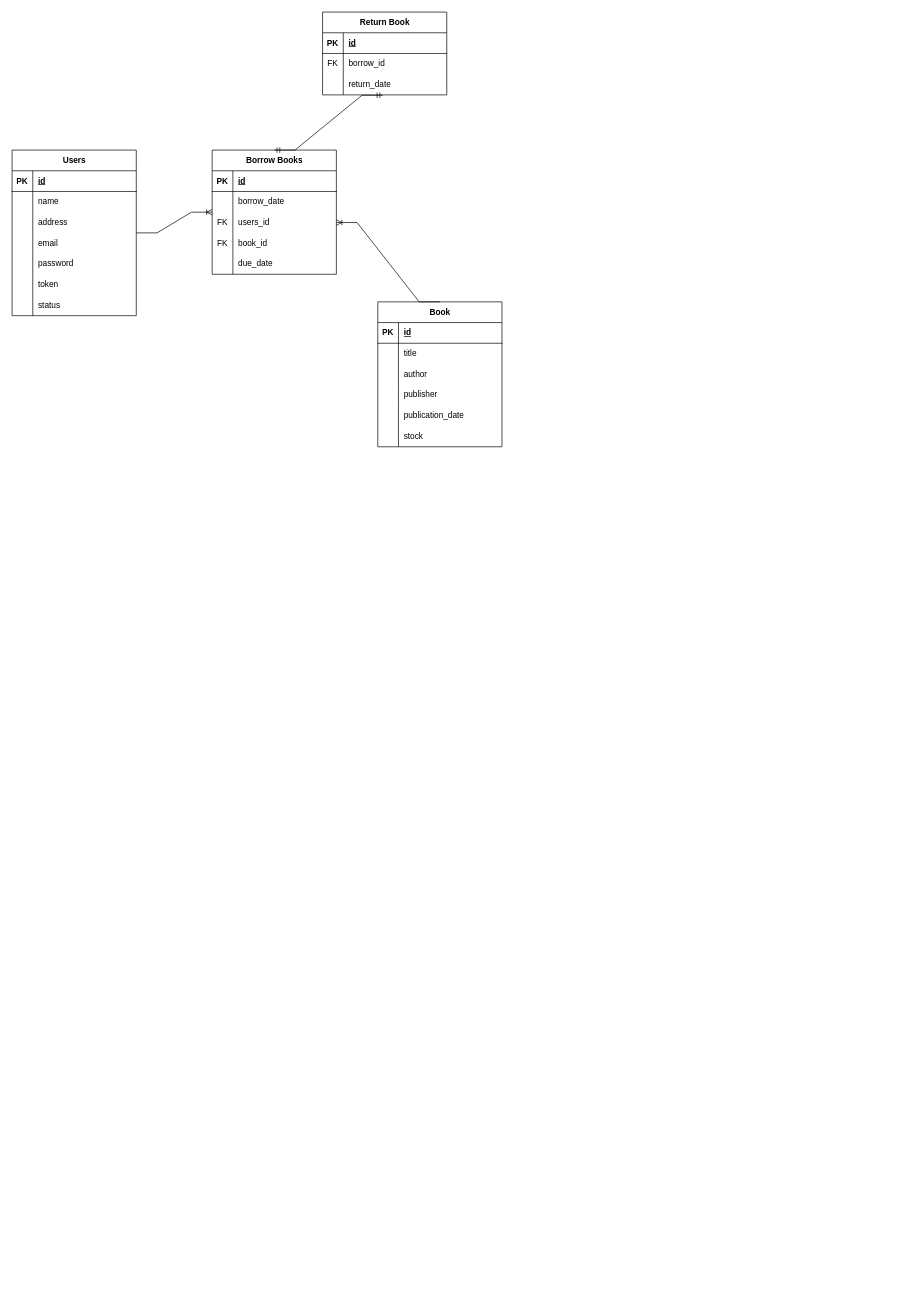
Before: Diagram Tanpa Judul.drawio in Syaal/library, a draw.io diagram. Source tidied: cells renumbered, new cells numbered last; positions are measured from the earlier drawing's top-left corner, leaving out a move shared by most shapes. Both pictures are drawn from the tidied source at 69%, with x=0, y=0 at pixel (12, 12).
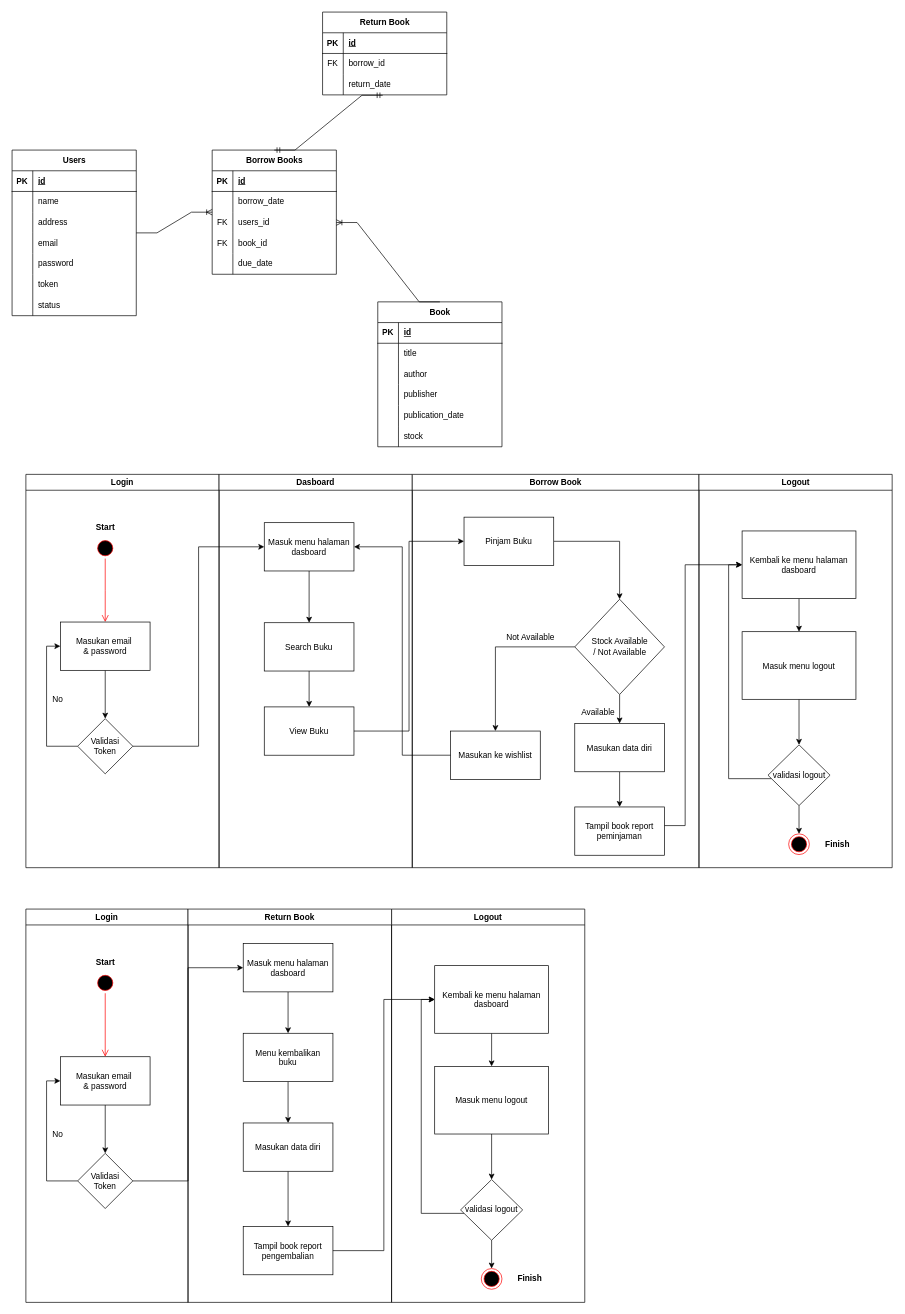
The same page after the edit.

Commit message:
check dulu

What changed in the source:
```diff
@@
+    <mxCell id="72" value="Login" style="swimlane;whiteSpace=wrap;" parent="1" vertex="1">
+      <mxGeometry x="20" y="670" width="280" height="570" as="geometry" />
+    </mxCell>
+    <mxCell id="73" style="ellipse;shape=startState;fillColor=#000000;strokeColor=#ff0000;" parent="72" vertex="1">
+      <mxGeometry x="100" y="92" width="30" height="30" as="geometry" />
+    </mxCell>
+    <mxCell id="74" style="edgeStyle=elbowEdgeStyle;elbow=horizontal;verticalAlign=bottom;endArrow=open;endSize=8;strokeColor=#FF0000;endFill=1;rounded=0;" parent="72" edge="1" source="73" target="76">
+      <mxGeometry x="100" y="40" as="geometry" />
+    </mxCell>
+    <mxCell id="75" style="edgeStyle=orthogonalEdgeStyle;rounded=0;jettySize=auto;html=1;entryX=0.5;entryY=0;entryDx=0;entryDy=0;" parent="72" edge="1" source="76" target="78">
+      <mxGeometry relative="1" as="geometry" />
+    </mxCell>
+    <mxCell id="76" value="Masukan email &#10;&amp; password" parent="72" vertex="1">
+      <mxGeometry x="50" y="214" width="130" height="70" as="geometry" />
+    </mxCell>
+    <mxCell id="77" style="edgeStyle=orthogonalEdgeStyle;rounded=0;jettySize=auto;html=1;entryX=0;entryY=0.5;entryDx=0;entryDy=0;" parent="72" edge="1" source="78" target="76">
+      <mxGeometry relative="1" as="geometry">
+        <Array as="points">
+          <mxPoint x="30" y="394" />
+          <mxPoint x="30" y="249" />
+        </Array>
+      </mxGeometry>
+    </mxCell>
+    <mxCell id="78" value="Validasi&lt;br&gt;Token" style="rhombus;whiteSpace=wrap;html=1;" parent="72" vertex="1">
+      <mxGeometry x="75" y="354" width="80" height="80" as="geometry" />
+    </mxCell>
+    <mxCell id="79" value="No" style="text;html=1;align=center;verticalAlign=middle;strokeColor=none;fillColor=none;" parent="72" vertex="1">
+      <mxGeometry x="25.5" y="312" width="40" height="30" as="geometry" />
+    </mxCell>
+    <mxCell id="80" value="Start" style="text;html=1;align=center;verticalAlign=middle;strokeColor=none;fillColor=none;fontStyle=1;" parent="72" vertex="1">
+      <mxGeometry x="90" y="62" width="50" height="30" as="geometry" />
+    </mxCell>
+    <mxCell id="81" value="Dasboard" style="swimlane;whiteSpace=wrap;" parent="1" vertex="1">
+      <mxGeometry x="300" y="670" width="280" height="570" as="geometry" />
+    </mxCell>
+    <mxCell id="82" style="edgeStyle=orthogonalEdgeStyle;rounded=0;jettySize=auto;html=1;entryX=0.5;entryY=0;entryDx=0;entryDy=0;" parent="81" edge="1" source="83" target="85">
+      <mxGeometry relative="1" as="geometry" />
+    </mxCell>
+    <mxCell id="83" value="Masuk menu halaman&#10;dasboard" parent="81" vertex="1">
+      <mxGeometry x="65.5" y="70" width="130" height="70" as="geometry" />
+    </mxCell>
+    <mxCell id="84" style="edgeStyle=orthogonalEdgeStyle;rounded=0;jettySize=auto;html=1;entryX=0.5;entryY=0;entryDx=0;entryDy=0;" parent="81" edge="1" source="85" target="86">
+      <mxGeometry relative="1" as="geometry" />
+    </mxCell>
+    <mxCell id="85" value="Search Buku" parent="81" vertex="1">
+      <mxGeometry x="65.5" y="215" width="130" height="70" as="geometry" />
+    </mxCell>
+    <mxCell id="86" value="View Buku" parent="81" vertex="1">
+      <mxGeometry x="65.5" y="337" width="130" height="70" as="geometry" />
+    </mxCell>
+    <mxCell id="87" value="Borrow Book" style="swimlane;whiteSpace=wrap;" parent="1" vertex="1">
+      <mxGeometry x="580" y="670" width="415.5" height="570" as="geometry" />
+    </mxCell>
+    <mxCell id="88" style="edgeStyle=orthogonalEdgeStyle;rounded=0;jettySize=auto;html=1;entryX=0.5;entryY=0;entryDx=0;entryDy=0;" parent="87" edge="1" source="89" target="95">
+      <mxGeometry relative="1" as="geometry" />
+    </mxCell>
+    <mxCell id="89" value="Pinjam Buku" parent="87" vertex="1">
+      <mxGeometry x="75" y="62" width="130" height="70" as="geometry" />
+    </mxCell>
+    <mxCell id="90" style="edgeStyle=orthogonalEdgeStyle;rounded=0;jettySize=auto;html=1;entryX=0.5;entryY=0;entryDx=0;entryDy=0;" parent="87" edge="1" source="91" target="92">
+      <mxGeometry relative="1" as="geometry" />
+    </mxCell>
+    <mxCell id="91" value="Masukan data diri" parent="87" vertex="1">
+      <mxGeometry x="235.5" y="361" width="130" height="70" as="geometry" />
+    </mxCell>
+    <mxCell id="92" value="Tampil book report&#10;peminjaman" parent="87" vertex="1">
+      <mxGeometry x="235.5" y="482" width="130" height="70" as="geometry" />
+    </mxCell>
+    <mxCell id="93" style="edgeStyle=orthogonalEdgeStyle;rounded=0;jettySize=auto;html=1;" parent="87" edge="1" source="95" target="91">
+      <mxGeometry relative="1" as="geometry" />
+    </mxCell>
+    <mxCell id="94" style="edgeStyle=orthogonalEdgeStyle;rounded=0;jettySize=auto;html=1;entryX=0.5;entryY=0;entryDx=0;entryDy=0;" parent="87" edge="1" source="95" target="98">
+      <mxGeometry relative="1" as="geometry" />
+    </mxCell>
+    <mxCell id="95" value="Stock Available&lt;br&gt;/ Not Available" style="rhombus;whiteSpace=wrap;html=1;" parent="87" vertex="1">
+      <mxGeometry x="235.5" y="181" width="130" height="138" as="geometry" />
+    </mxCell>
+    <mxCell id="96" value="Not Available" style="text;html=1;align=center;verticalAlign=middle;strokeColor=none;fillColor=none;" parent="87" vertex="1">
+      <mxGeometry x="125.5" y="222" width="90" height="30" as="geometry" />
+    </mxCell>
+    <mxCell id="97" value="Available" style="text;html=1;align=center;verticalAlign=middle;strokeColor=none;fillColor=none;" parent="87" vertex="1">
+      <mxGeometry x="233.5" y="330" width="70" height="30" as="geometry" />
+    </mxCell>
+    <mxCell id="98" value="Masukan ke wishlist" parent="87" vertex="1">
+      <mxGeometry x="55.5" y="372" width="130" height="70" as="geometry" />
+    </mxCell>
+    <mxCell id="99" value="Logout" style="swimlane;whiteSpace=wrap;" parent="1" vertex="1">
+      <mxGeometry x="995.5" y="670" width="280" height="570" as="geometry" />
+    </mxCell>
+    <mxCell id="100" style="ellipse;shape=endState;fillColor=#000000;strokeColor=#ff0000;" parent="99" vertex="1">
+      <mxGeometry x="130" y="521" width="30" height="30" as="geometry" />
+    </mxCell>
+    <mxCell id="101" style="edgeStyle=orthogonalEdgeStyle;rounded=0;jettySize=auto;html=1;" parent="99" edge="1" source="102" target="104">
+      <mxGeometry relative="1" as="geometry" />
+    </mxCell>
+    <mxCell id="102" value="Kembali ke menu halaman&#10;dasboard" parent="99" vertex="1">
+      <mxGeometry x="62.5" y="82" width="165" height="98" as="geometry" />
+    </mxCell>
+    <mxCell id="103" style="edgeStyle=orthogonalEdgeStyle;rounded=0;jettySize=auto;html=1;entryX=0.5;entryY=0;entryDx=0;entryDy=0;" parent="99" edge="1" source="104" target="107">
+      <mxGeometry relative="1" as="geometry" />
+    </mxCell>
+    <mxCell id="104" value="Masuk menu logout" parent="99" vertex="1">
+      <mxGeometry x="62.5" y="228" width="165" height="98" as="geometry" />
+    </mxCell>
+    <mxCell id="105" style="edgeStyle=orthogonalEdgeStyle;rounded=0;jettySize=auto;html=1;entryX=0;entryY=0.5;entryDx=0;entryDy=0;" parent="99" edge="1" source="107" target="102">
+      <mxGeometry relative="1" as="geometry">
+        <Array as="points">
+          <mxPoint x="43" y="441" />
+          <mxPoint x="43" y="131" />
+        </Array>
+      </mxGeometry>
+    </mxCell>
+    <mxCell id="106" style="edgeStyle=orthogonalEdgeStyle;rounded=0;jettySize=auto;html=1;" parent="99" edge="1" source="107" target="100">
+      <mxGeometry relative="1" as="geometry" />
+    </mxCell>
+    <mxCell id="107" value="validasi logout" style="rhombus;whiteSpace=wrap;html=1;" parent="99" vertex="1">
+      <mxGeometry x="100" y="392" width="90" height="88" as="geometry" />
+    </mxCell>
+    <mxCell id="108" value="Finish" style="text;html=1;align=center;verticalAlign=middle;strokeColor=none;fillColor=none;fontStyle=1;" parent="99" vertex="1">
+      <mxGeometry x="170" y="521" width="60" height="30" as="geometry" />
+    </mxCell>
+    <mxCell id="109" style="edgeStyle=orthogonalEdgeStyle;rounded=0;jettySize=auto;html=1;entryX=0;entryY=0.5;entryDx=0;entryDy=0;" parent="1" edge="1" source="78" target="83">
+      <mxGeometry relative="1" as="geometry" />
+    </mxCell>
+    <mxCell id="110" style="edgeStyle=orthogonalEdgeStyle;rounded=0;jettySize=auto;html=1;entryX=0;entryY=0.5;entryDx=0;entryDy=0;" parent="1" edge="1" source="86" target="89">
+      <mxGeometry relative="1" as="geometry" />
+    </mxCell>
+    <mxCell id="111" style="edgeStyle=orthogonalEdgeStyle;rounded=0;jettySize=auto;html=1;entryX=0;entryY=0.5;entryDx=0;entryDy=0;" parent="1" edge="1" source="92" target="102">
+      <mxGeometry relative="1" as="geometry">
+        <Array as="points">
+          <mxPoint x="975.5" y="1179" />
+          <mxPoint x="975.5" y="801" />
+        </Array>
+      </mxGeometry>
+    </mxCell>
+    <mxCell id="112" style="edgeStyle=orthogonalEdgeStyle;rounded=0;jettySize=auto;html=1;entryX=1;entryY=0.5;entryDx=0;entryDy=0;" parent="1" edge="1" source="98" target="83">
+      <mxGeometry relative="1" as="geometry" />
+    </mxCell>
+    <mxCell id="113" value="Login" style="swimlane;whiteSpace=wrap;" parent="1" vertex="1">
+      <mxGeometry x="20" y="1300" width="235" height="570" as="geometry" />
+    </mxCell>
+    <mxCell id="114" style="ellipse;shape=startState;fillColor=#000000;strokeColor=#ff0000;" parent="113" vertex="1">
+      <mxGeometry x="100" y="92" width="30" height="30" as="geometry" />
+    </mxCell>
+    <mxCell id="115" style="edgeStyle=elbowEdgeStyle;elbow=horizontal;verticalAlign=bottom;endArrow=open;endSize=8;strokeColor=#FF0000;endFill=1;rounded=0;" parent="113" edge="1" source="114" target="117">
+      <mxGeometry x="100" y="40" as="geometry" />
+    </mxCell>
+    <mxCell id="116" style="edgeStyle=orthogonalEdgeStyle;rounded=0;jettySize=auto;html=1;entryX=0.5;entryY=0;entryDx=0;entryDy=0;" parent="113" edge="1" source="117" target="119">
+      <mxGeometry relative="1" as="geometry" />
+    </mxCell>
+    <mxCell id="117" value="Masukan email &#10;&amp; password" parent="113" vertex="1">
+      <mxGeometry x="50" y="214" width="130" height="70" as="geometry" />
+    </mxCell>
+    <mxCell id="118" style="edgeStyle=orthogonalEdgeStyle;rounded=0;jettySize=auto;html=1;entryX=0;entryY=0.5;entryDx=0;entryDy=0;" parent="113" edge="1" source="119" target="117">
+      <mxGeometry relative="1" as="geometry">
+        <Array as="points">
+          <mxPoint x="30" y="394" />
+          <mxPoint x="30" y="249" />
+        </Array>
+      </mxGeometry>
+    </mxCell>
+    <mxCell id="119" value="Validasi&lt;br&gt;Token" style="rhombus;whiteSpace=wrap;html=1;" parent="113" vertex="1">
+      <mxGeometry x="75" y="354" width="80" height="80" as="geometry" />
+    </mxCell>
+    <mxCell id="120" value="No" style="text;html=1;align=center;verticalAlign=middle;strokeColor=none;fillColor=none;" parent="113" vertex="1">
+      <mxGeometry x="25.5" y="312" width="40" height="30" as="geometry" />
+    </mxCell>
+    <mxCell id="121" value="Start" style="text;html=1;align=center;verticalAlign=middle;strokeColor=none;fillColor=none;fontStyle=1;" parent="113" vertex="1">
+      <mxGeometry x="90" y="62" width="50" height="30" as="geometry" />
+    </mxCell>
+    <mxCell id="122" value="Logout" style="swimlane;whiteSpace=wrap;" parent="1" vertex="1">
+      <mxGeometry x="550" y="1300" width="280" height="570" as="geometry" />
+    </mxCell>
+    <mxCell id="123" style="ellipse;shape=endState;fillColor=#000000;strokeColor=#ff0000;" parent="122" vertex="1">
+      <mxGeometry x="130" y="521" width="30" height="30" as="geometry" />
+    </mxCell>
+    <mxCell id="124" style="edgeStyle=orthogonalEdgeStyle;rounded=0;jettySize=auto;html=1;" parent="122" edge="1" source="125" target="127">
+      <mxGeometry relative="1" as="geometry" />
+    </mxCell>
+    <mxCell id="125" value="Kembali ke menu halaman&#10;dasboard" parent="122" vertex="1">
+      <mxGeometry x="62.5" y="82" width="165" height="98" as="geometry" />
+    </mxCell>
+    <mxCell id="126" style="edgeStyle=orthogonalEdgeStyle;rounded=0;jettySize=auto;html=1;entryX=0.5;entryY=0;entryDx=0;entryDy=0;" parent="122" edge="1" source="127" target="130">
+      <mxGeometry relative="1" as="geometry" />
+    </mxCell>
+    <mxCell id="127" value="Masuk menu logout" parent="122" vertex="1">
+      <mxGeometry x="62.5" y="228" width="165" height="98" as="geometry" />
+    </mxCell>
+    <mxCell id="128" style="edgeStyle=orthogonalEdgeStyle;rounded=0;jettySize=auto;html=1;entryX=0;entryY=0.5;entryDx=0;entryDy=0;" parent="122" edge="1" source="130" target="125">
+      <mxGeometry relative="1" as="geometry">
+        <Array as="points">
+          <mxPoint x="43" y="441" />
+          <mxPoint x="43" y="131" />
+        </Array>
+      </mxGeometry>
+    </mxCell>
+    <mxCell id="129" style="edgeStyle=orthogonalEdgeStyle;rounded=0;jettySize=auto;html=1;" parent="122" edge="1" source="130" target="123">
+      <mxGeometry relative="1" as="geometry" />
+    </mxCell>
+    <mxCell id="130" value="validasi logout" style="rhombus;whiteSpace=wrap;html=1;" parent="122" vertex="1">
+      <mxGeometry x="100" y="392" width="90" height="88" as="geometry" />
+    </mxCell>
+    <mxCell id="131" value="Finish" style="text;html=1;align=center;verticalAlign=middle;strokeColor=none;fillColor=none;fontStyle=1;" parent="122" vertex="1">
+      <mxGeometry x="170" y="521" width="60" height="30" as="geometry" />
+    </mxCell>
+    <mxCell id="132" value="Return Book" style="swimlane;whiteSpace=wrap;" parent="1" vertex="1">
+      <mxGeometry x="255" y="1300" width="295" height="570" as="geometry" />
+    </mxCell>
+    <mxCell id="133" style="edgeStyle=orthogonalEdgeStyle;rounded=0;jettySize=auto;html=1;" parent="132" edge="1" source="134" target="136">
+      <mxGeometry relative="1" as="geometry" />
+    </mxCell>
+    <mxCell id="134" value="Menu kembalikan&#10;buku" parent="132" vertex="1">
+      <mxGeometry x="80" y="180" width="130" height="70" as="geometry" />
+    </mxCell>
+    <mxCell id="135" style="edgeStyle=orthogonalEdgeStyle;rounded=0;jettySize=auto;html=1;entryX=0.5;entryY=0;entryDx=0;entryDy=0;" parent="132" edge="1" source="136" target="137">
+      <mxGeometry relative="1" as="geometry" />
+    </mxCell>
+    <mxCell id="136" value="Masukan data diri" parent="132" vertex="1">
+      <mxGeometry x="80" y="310" width="130" height="70" as="geometry" />
+    </mxCell>
+    <mxCell id="137" value="Tampil book report&#10;pengembalian" parent="132" vertex="1">
+      <mxGeometry x="80" y="460" width="130" height="70" as="geometry" />
+    </mxCell>
+    <mxCell id="138" style="edgeStyle=orthogonalEdgeStyle;rounded=0;jettySize=auto;html=1;entryX=0.5;entryY=0;entryDx=0;entryDy=0;" parent="132" edge="1" source="139" target="134">
+      <mxGeometry relative="1" as="geometry" />
+    </mxCell>
+    <mxCell id="139" value="Masuk menu halaman&#10;dasboard" parent="132" vertex="1">
+      <mxGeometry x="80" y="50" width="130" height="70" as="geometry" />
+    </mxCell>
+    <mxCell id="140" style="edgeStyle=orthogonalEdgeStyle;rounded=0;jettySize=auto;html=1;entryX=0;entryY=0.5;entryDx=0;entryDy=0;" parent="1" edge="1" source="119" target="139">
+      <mxGeometry relative="1" as="geometry" />
+    </mxCell>
+    <mxCell id="141" style="edgeStyle=orthogonalEdgeStyle;rounded=0;jettySize=auto;html=1;entryX=0;entryY=0.5;entryDx=0;entryDy=0;" parent="1" edge="1" source="137" target="125">
+      <mxGeometry relative="1" as="geometry" />
+    </mxCell>
```
